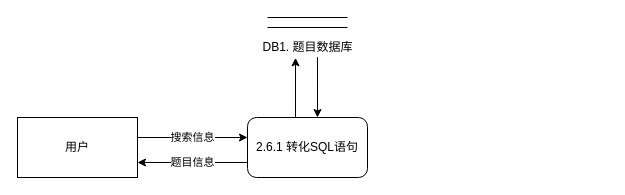
This is 分析文档/2.6题目搜索.drawio from 12MegaA21/CodeCode, a draw.io file, before an edit. Source tidied: cells renumbered, new cells numbered last; positions are measured from the earlier drawing's top-left corner, leaving out a move shared by most shapes. Both pictures are drawn from the tidied source at 100%, with x=0, y=0 at pixel (17, 17).
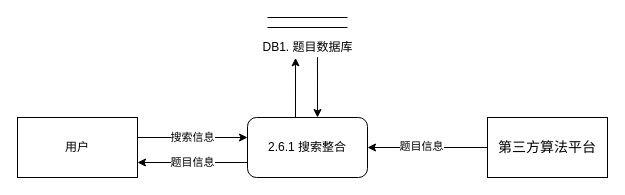
The same page after the edit.

Commit message:
更新2.6题目搜索.drawio

What changed in the source:
```diff
@@
-    <mxCell id="4" value="2.6.1 转化SQL语句" style="rounded=1;whiteSpace=wrap;html=1;" parent="1" vertex="1">
+    <mxCell id="4" value="2.6.1 搜索整合" style="rounded=1;whiteSpace=wrap;html=1;" parent="1" vertex="1">
       <mxGeometry x="230" y="100" width="120" height="60" as="geometry" />
     </mxCell>
@@
+    <mxCell id="13" value="&lt;span style=&quot;font-size: 14px&quot;&gt;第三方算法平台&lt;/span&gt;" style="rounded=0;whiteSpace=wrap;html=1;" parent="1" vertex="1">
+      <mxGeometry x="470" y="100" width="120" height="60" as="geometry" />
+    </mxCell>
+    <mxCell id="14" style="edgeStyle=orthogonalEdgeStyle;rounded=0;jettySize=auto;html=1;exitX=0;exitY=0.5;exitDx=0;exitDy=0;" parent="1" edge="1" source="13">
+      <mxGeometry relative="1" as="geometry">
+        <mxPoint x="350" y="130" as="targetPoint" />
+      </mxGeometry>
+    </mxCell>
+    <mxCell id="15" value="题目信息" style="edgeLabel;html=1;align=center;verticalAlign=middle;" parent="14" vertex="1">
+      <mxGeometry x="0.12" y="-2" relative="1" as="geometry" />
+    </mxCell>
```
